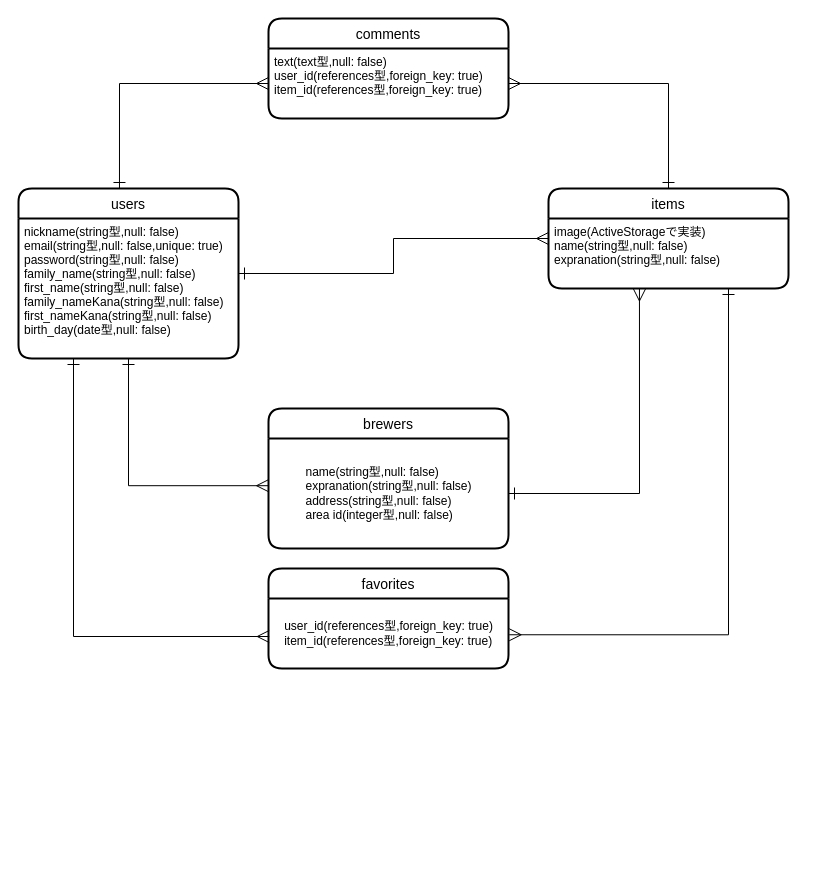
This is er.dio from Nock32/sakelike, a draw.io file, before an edit. Source tidied: cells renumbered, new cells numbered last; positions are measured from the earlier drawing's top-left corner, leaving out a move shared by most shapes. Both pictures are drawn from the tidied source at 100%, with x=0, y=0 at pixel (18, 18).
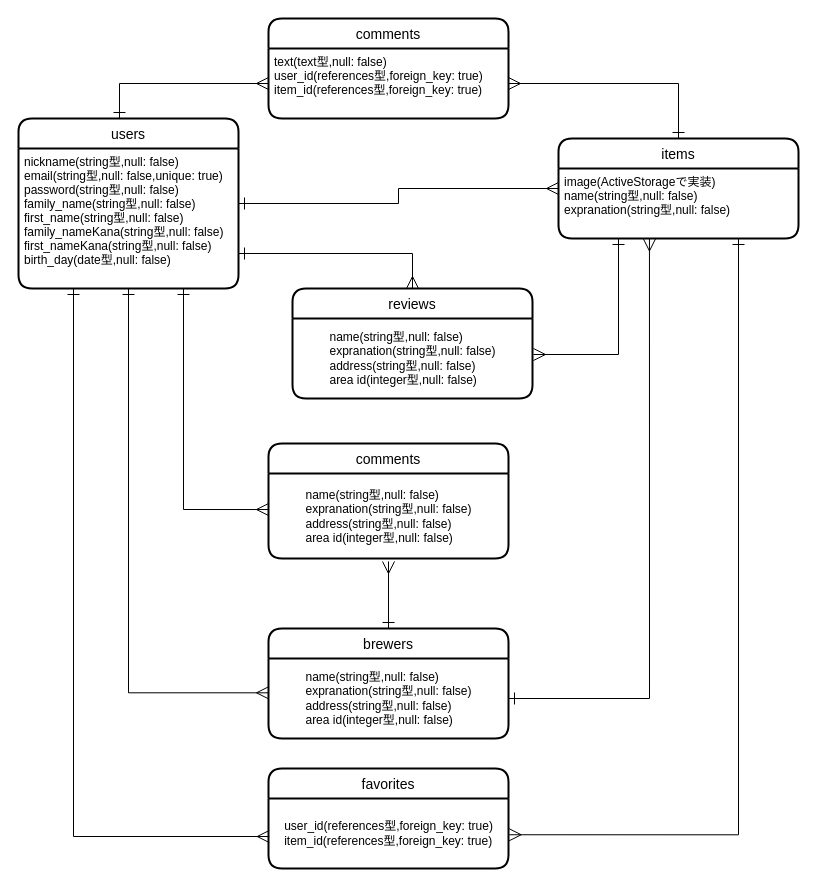
The same diagram, later.

Unchanged cells that the change refers to:
```xml
<mxCell id="6" value="nickname(string型,null: false)&#10;email(string型,null: false,unique: true)&#10;password(string型,null: false)&#10;family_name(string型,null: false)&#10;first_name(string型,null: false)&#10;family_nameKana(string型,null: false)&#10;first_nameKana(string型,null: false)&#10;birth_day(date型,null: false)&#10;" style="align=left;strokeColor=none;fillColor=none;spacingLeft=4;fontSize=12;verticalAlign=top;" parent="5" vertex="1">
  <mxGeometry y="30" width="220" height="140" as="geometry" />
</mxCell>
<mxCell id="8" value="image(ActiveStorageで実装)&#10;name(string型,null: false)&#10;expranation(string型,null: false)&#10;&#10;" style="align=left;strokeColor=none;fillColor=none;spacingLeft=4;fontSize=12;verticalAlign=top;" parent="7" vertex="1">
  <mxGeometry y="30" width="240" height="70" as="geometry" />
</mxCell>
```

Change to the diagram source:
```diff
@@
     <mxCell id="5" value="users" style="swimlane;horizontal=1;startSize=30;rounded=1;fontSize=14;fontStyle=0;strokeWidth=2;shadow=0;dashed=0;align=center;" parent="1" vertex="1">
-      <mxGeometry y="170" width="220" height="170" as="geometry" />
+      <mxGeometry y="100" width="220" height="170" as="geometry" />
     </mxCell>
@@
     <mxCell id="7" value="items" style="swimlane;horizontal=1;startSize=30;rounded=1;fontSize=14;fontStyle=0;strokeWidth=2;shadow=0;dashed=0;align=center;" parent="1" vertex="1">
-      <mxGeometry x="530" y="170" width="240" height="100" as="geometry" />
+      <mxGeometry x="540" y="120" width="240" height="100" as="geometry" />
     </mxCell>
@@
     <mxCell id="12" value="favorites" style="swimlane;horizontal=1;startSize=30;rounded=1;fontSize=14;fontStyle=0;strokeWidth=2;shadow=0;dashed=0;align=center;" parent="1" vertex="1">
-      <mxGeometry x="250" y="550" width="240" height="100" as="geometry" />
+      <mxGeometry x="250" y="750" width="240" height="100" as="geometry" />
     </mxCell>
@@
+    <mxCell id="19" style="edgeStyle=orthogonalEdgeStyle;rounded=0;jettySize=auto;html=1;exitX=0.5;exitY=0;exitDx=0;exitDy=0;entryX=0.5;entryY=1.035;entryDx=0;entryDy=0;entryPerimeter=0;startArrow=ERone;startFill=0;startSize=10;endArrow=ERmany;endFill=0;endSize=10;" parent="1" edge="1" source="15" target="21">
+      <mxGeometry relative="1" as="geometry" />
+    </mxCell>
     <mxCell id="15" value="brewers" style="swimlane;horizontal=1;startSize=30;rounded=1;fontSize=14;fontStyle=0;strokeWidth=2;shadow=0;dashed=0;align=center;" parent="1" vertex="1">
-      <mxGeometry x="250" y="390" width="240" height="140" as="geometry" />
+      <mxGeometry x="250" y="610" width="240" height="110" as="geometry" />
     </mxCell>
     <mxCell id="16" value="&lt;div style=&quot;text-align: left&quot;&gt;name(string型,null: false)&lt;/div&gt;&lt;div style=&quot;text-align: left&quot;&gt;expranation(string型,null: false)&lt;br&gt;address(string型,null: false)&lt;br style=&quot;padding: 0px ; margin: 0px&quot;&gt;area id(integer型,null: false)&lt;br&gt;&lt;/div&gt;" style="text;html=1;align=center;verticalAlign=middle;points=[];" parent="15" vertex="1">
-      <mxGeometry y="30" width="240" height="110" as="geometry" />
+      <mxGeometry y="30" width="240" height="80" as="geometry" />
     </mxCell>
@@
+    <mxCell id="20" value="comments" style="swimlane;horizontal=1;startSize=30;rounded=1;fontSize=14;fontStyle=0;strokeWidth=2;shadow=0;dashed=0;align=center;" parent="1" vertex="1">
+      <mxGeometry x="250" y="425" width="240" height="115" as="geometry" />
+    </mxCell>
+    <mxCell id="21" value="&lt;div style=&quot;text-align: left&quot;&gt;name(string型,null: false)&lt;/div&gt;&lt;div style=&quot;text-align: left&quot;&gt;expranation(string型,null: false)&lt;br&gt;address(string型,null: false)&lt;br style=&quot;padding: 0px ; margin: 0px&quot;&gt;area id(integer型,null: false)&lt;br&gt;&lt;/div&gt;" style="text;html=1;align=center;verticalAlign=middle;points=[];" parent="20" vertex="1">
+      <mxGeometry y="30" width="240" height="85" as="geometry" />
+    </mxCell>
+    <mxCell id="22" value="reviews" style="swimlane;horizontal=1;startSize=30;rounded=1;fontSize=14;fontStyle=0;strokeWidth=2;shadow=0;dashed=0;align=center;" parent="1" vertex="1">
+      <mxGeometry x="274" y="270" width="240" height="110" as="geometry" />
+    </mxCell>
+    <mxCell id="23" value="&lt;div style=&quot;text-align: left&quot;&gt;name(string型,null: false)&lt;/div&gt;&lt;div style=&quot;text-align: left&quot;&gt;expranation(string型,null: false)&lt;br&gt;address(string型,null: false)&lt;br style=&quot;padding: 0px ; margin: 0px&quot;&gt;area id(integer型,null: false)&lt;br&gt;&lt;/div&gt;" style="text;html=1;align=center;verticalAlign=middle;points=[];" parent="22" vertex="1">
+      <mxGeometry y="30" width="240" height="80" as="geometry" />
+    </mxCell>
+    <mxCell id="24" style="edgeStyle=orthogonalEdgeStyle;rounded=0;jettySize=auto;html=1;exitX=0.75;exitY=1;exitDx=0;exitDy=0;entryX=0;entryY=0.424;entryDx=0;entryDy=0;entryPerimeter=0;startArrow=ERone;startFill=0;endArrow=ERmany;endFill=0;endSize=10;startSize=10;" parent="1" edge="1" source="6" target="21">
+      <mxGeometry relative="1" as="geometry" />
+    </mxCell>
+    <mxCell id="25" style="edgeStyle=orthogonalEdgeStyle;rounded=0;jettySize=auto;html=1;exitX=1;exitY=0.75;exitDx=0;exitDy=0;entryX=0.5;entryY=0;entryDx=0;entryDy=0;startArrow=ERone;startFill=0;startSize=10;endArrow=ERmany;endFill=0;endSize=10;" parent="1" edge="1" source="6" target="22">
+      <mxGeometry relative="1" as="geometry" />
+    </mxCell>
+    <mxCell id="26" style="edgeStyle=orthogonalEdgeStyle;rounded=0;jettySize=auto;html=1;exitX=0.25;exitY=1;exitDx=0;exitDy=0;entryX=1.004;entryY=0.45;entryDx=0;entryDy=0;entryPerimeter=0;startArrow=ERone;startFill=0;startSize=10;endArrow=ERmany;endFill=0;endSize=10;" parent="1" edge="1" source="8" target="23">
+      <mxGeometry relative="1" as="geometry" />
+    </mxCell>
```
